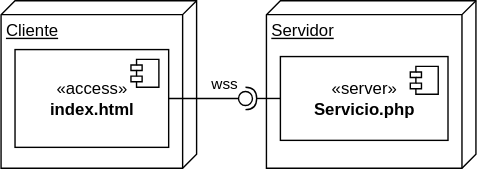
Above: img/m02servicio/serviciodistribucion.drawio.svg in gilpgawoas/gilpgawoas.github.io (draw.io), before the change. Source tidied: cells renumbered, new cells last; positions are measured from the earlier drawing's top-left corner, leaving out a move shared by most shapes.
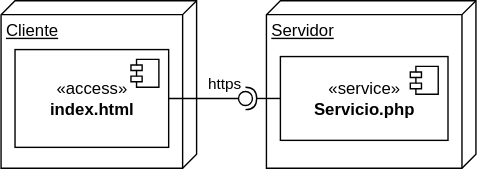
Later version of the same file.

What changed in the source:
```diff
@@ -16,7 +16,7 @@
     <mxCell id="5" value="Servidor" style="verticalAlign=top;align=left;spacingTop=8;spacingLeft=2;spacingRight=12;shape=cube;size=10;direction=south;fontStyle=4;html=1;" parent="1" vertex="1">
       <mxGeometry x="190" width="150" height="120" as="geometry" />
     </mxCell>
-    <mxCell id="6" value="«server»&lt;br&gt;&lt;b&gt;Servicio.php&lt;/b&gt;" style="html=1;" parent="1" vertex="1">
+    <mxCell id="6" value="«service»&lt;br&gt;&lt;b&gt;Servicio.php&lt;/b&gt;" style="html=1;" parent="1" vertex="1">
       <mxGeometry x="200" y="40" width="120" height="60" as="geometry" />
     </mxCell>
     <mxCell id="7" style="shape=module;jettyWidth=8;jettyHeight=4;" parent="6" vertex="1">
@@ -24,7 +24,7 @@
         <mxPoint x="-27" y="7" as="offset" />
       </mxGeometry>
     </mxCell>
-    <mxCell id="8" value="wss" style="rounded=0;jettySize=auto;html=1;endArrow=none;endFill=0;sketch=0;sourcePerimeterSpacing=0;targetPerimeterSpacing=0;exitX=1;exitY=0.5;exitDx=0;exitDy=0;" parent="1" edge="1" source="3" target="10">
+    <mxCell id="8" value="https" style="rounded=0;jettySize=auto;html=1;endArrow=none;endFill=0;sketch=0;sourcePerimeterSpacing=0;targetPerimeterSpacing=0;exitX=1;exitY=0.5;exitDx=0;exitDy=0;" parent="1" edge="1" source="3" target="10">
       <mxGeometry x="0.6" y="10" relative="1" as="geometry" />
     </mxCell>
     <mxCell id="9" style="rounded=0;jettySize=auto;html=1;endArrow=halfCircle;endFill=0;entryX=0.5;entryY=0.5;endSize=6;strokeWidth=1;sketch=0;exitX=0;exitY=0.5;exitDx=0;exitDy=0;" parent="1" edge="1" source="6" target="10">
```
